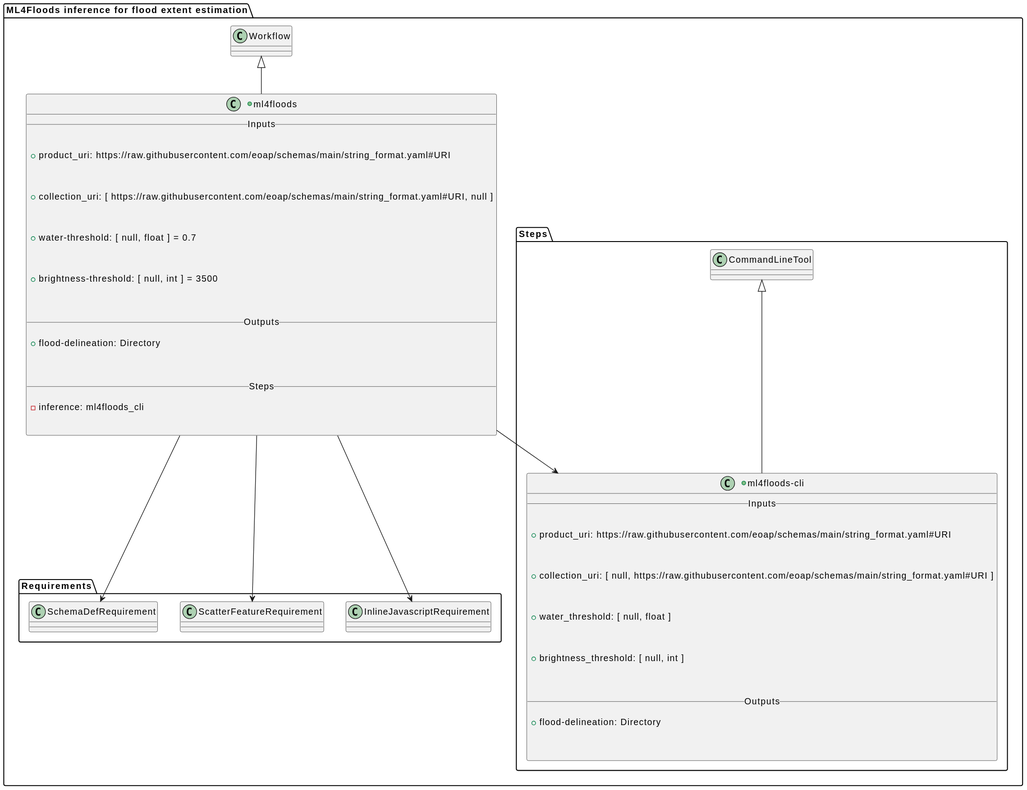
The PlantUML diagram docs/ml4floods/class.svg in eoap/app-ml4floods, before a commit.
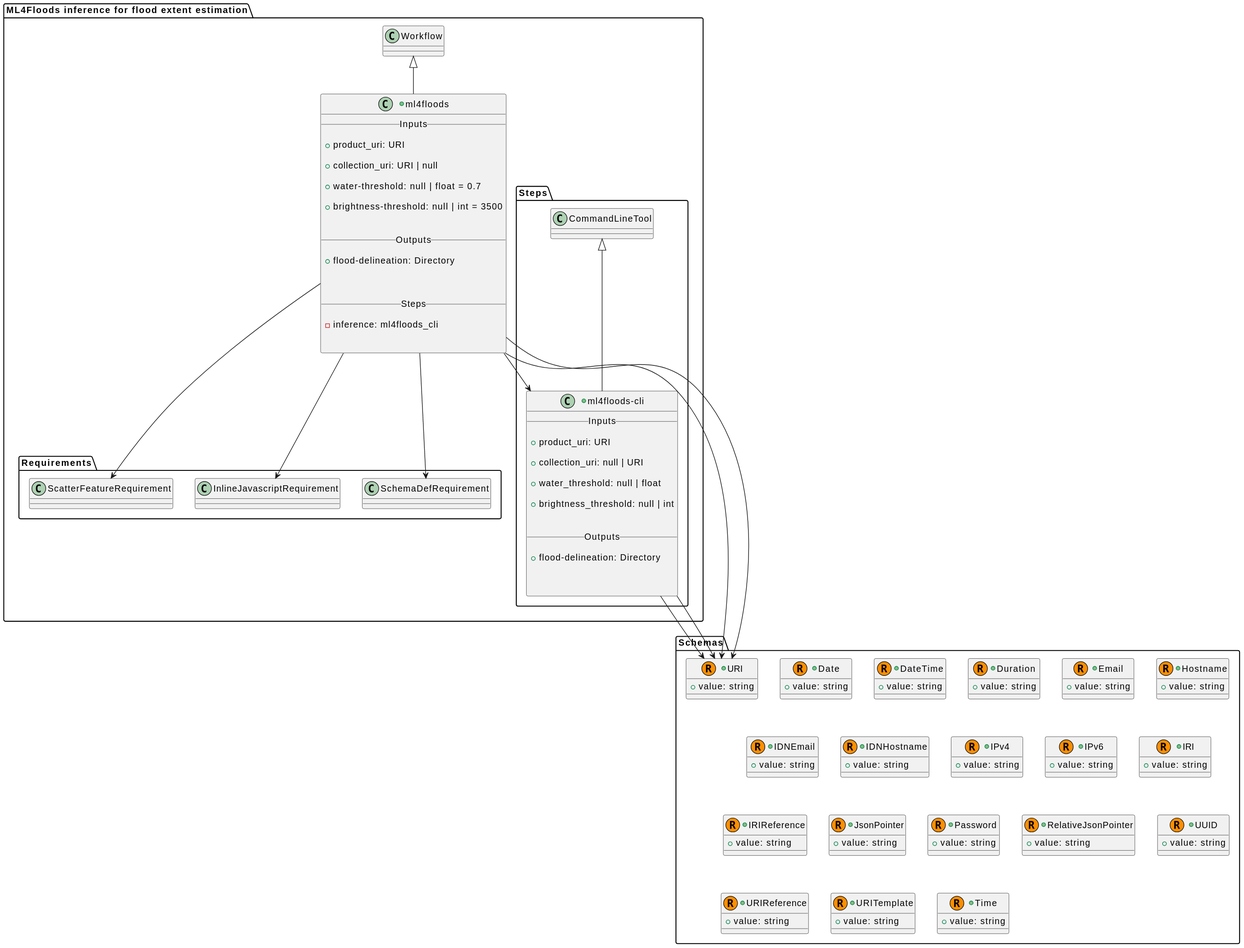
Above is the later version.

What changed in the source:
```diff
@@ -7,26 +7,265 @@
 
 
 
+
+
+
+
+
+
+
+
+
+
+            package "Schemas" {
+
+
+
+
+                        +record Date {
+
+        +value: string
+
+    }
+
+
+
+
+
+
+
+                        +record DateTime {
+
+        +value: string
+
+    }
+
+
+
+
+
+
+
+                        +record Duration {
+
+        +value: string
+
+    }
+
+
+
+
+
+
+
+                        +record Email {
+
+        +value: string
+
+    }
+
+
+
+
+
+
+
+                        +record Hostname {
+
+        +value: string
+
+    }
+
+
+
+
+
+
+
+                        +record IDNEmail {
+
+        +value: string
+
+    }
+
+
+
+
+
+
+
+                        +record IDNHostname {
+
+        +value: string
+
+    }
+
+
+
+
+
+
+
+                        +record IPv4 {
+
+        +value: string
+
+    }
+
+
+
+
+
+
+
+                        +record IPv6 {
+
+        +value: string
+
+    }
+
+
+
+
+
+
+
+                        +record IRI {
+
+        +value: string
+
+    }
+
+
+
+
+
+
+
+                        +record IRIReference {
+
+        +value: string
+
+    }
+
+
+
+
+
+
+
+                        +record JsonPointer {
+
+        +value: string
+
+    }
+
+
+
+
+
+
+
+                        +record Password {
+
+        +value: string
+
+    }
+
+
+
+
+
+
+
+                        +record RelativeJsonPointer {
+
+        +value: string
+
+    }
+
+
+
+
+
+
+
+                        +record UUID {
+
+        +value: string
+
+    }
+
+
+
+
+
+
+
+                        +record URI {
+
+        +value: string
+
+    }
+
+
+
+
+
+
+
+                        +record URIReference {
+
+        +value: string
+
+    }
+
+
+
+
+
+
+
+                        +record URITemplate {
+
+        +value: string
+
+    }
+
+
+
+
+
+
+
+                        +record Time {
+
+        +value: string
+
+    }
+
+
+
+
+            }
+
+
+
+
     package "ML4Floods inference for flood extent estimation" {
+
+
 
     +class "ml4floods" as Workflow_ml4floods extends Workflow {
         __ Inputs __
 
+        + product_uri: URI
 
-        + product_uri: https://raw.githubusercontent.com/eoap/schemas/main/string_format.yaml#URI
+        + collection_uri: URI | null
 
+        + water-threshold: null | float = 0.7
 
-
-        + collection_uri: [ https://raw.githubusercontent.com/eoap/schemas/main/string_format.yaml#URI, null ]
-
-
-
-        + water-threshold: [ null, float ] = 0.7
-
-
-
-        + brightness-threshold: [ null, int ] = 3500
-
+        + brightness-threshold: null | int = 3500
 
 
         __ Outputs __
@@ -41,6 +280,29 @@
 
 
     }
+
+
+
+        Workflow_ml4floods --> URI
+
+
+
+
+
+
+
+
+
+        Workflow_ml4floods --> URI
+
+
+
+
+
+
+
+
+
 
 
 
@@ -59,24 +321,18 @@
 
 
 
-                    +class "ml4floods-cli" as CommandLineTool_ml4floods_cli extends CommandLineTool {
+
+
+    +class "ml4floods-cli" as CommandLineTool_ml4floods_cli extends CommandLineTool {
         __ Inputs __
 
+        + product_uri: URI
 
-        + product_uri: https://raw.githubusercontent.com/eoap/schemas/main/string_format.yaml#URI
+        + collection_uri: null | URI
 
+        + water_threshold: null | float
 
-
-        + collection_uri: [ null, https://raw.githubusercontent.com/eoap/schemas/main/string_format.yaml#URI ]
-
-
-
-        + water_threshold: [ null, float ]
-
-
-
-        + brightness_threshold: [ null, int ]
-
+        + brightness_threshold: null | int
 
 
         __ Outputs __
@@ -86,6 +342,29 @@
 
 
     }
+
+
+
+        CommandLineTool_ml4floods_cli --> URI
+
+
+
+
+
+
+
+
+
+CommandLineTool_ml4floods_cli --> URI
+
+
+
+
+
+
+
+
+
 
 
 
```
